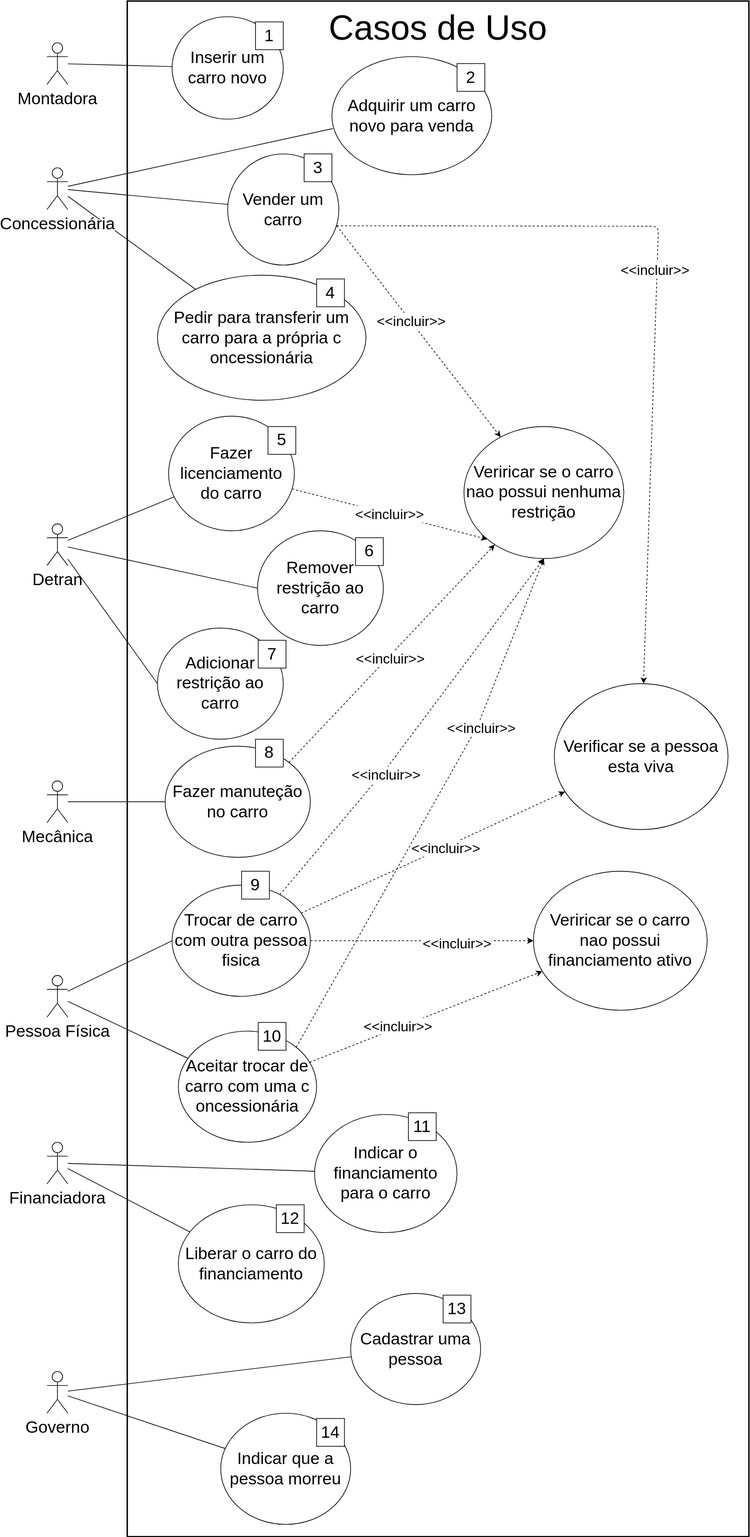
yurihartmann/car_lifes_cycle_hyperledger_fabric keeps this draw.io diagram as docs/diagrams/uml/use_cases.drawio.svg. Above is the earlier version. Source tidied: cells renumbered, new cells last; positions are measured from the earlier drawing's top-left corner, leaving out a move shared by most shapes.
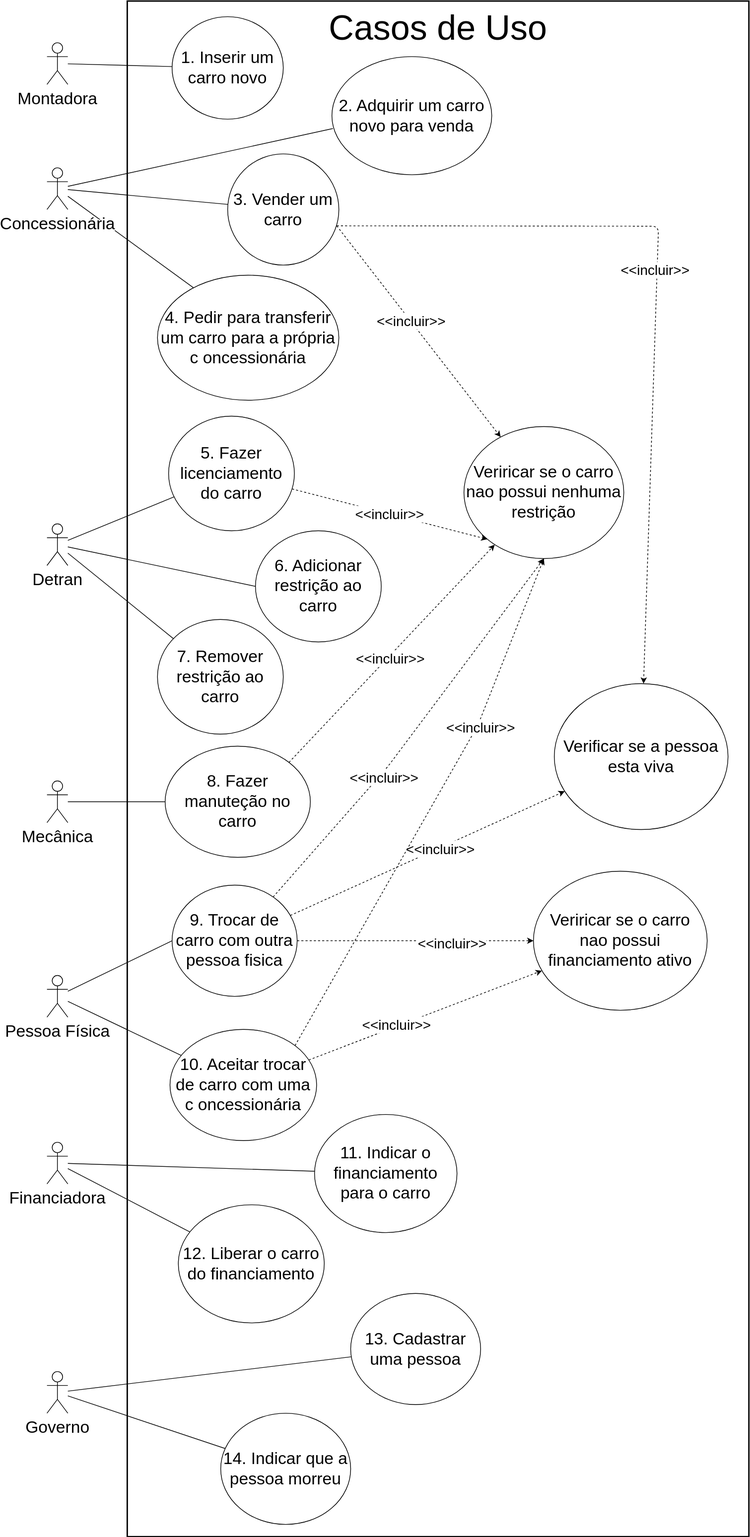
Later version of the same file.

Diff of the diagram source:
```diff
@@ -20,19 +20,19 @@
     <mxCell id="7" style="edgeStyle=none;html=1;entryX=0;entryY=0.5;entryDx=0;entryDy=0;fontSize=16;endArrow=none;endFill=0;" parent="1" edge="1" source="9" target="44">
       <mxGeometry relative="1" as="geometry" />
     </mxCell>
-    <mxCell id="8" style="edgeStyle=none;html=1;entryX=0;entryY=0.5;entryDx=0;entryDy=0;fontSize=16;endArrow=none;endFill=0;" parent="1" edge="1" source="9" target="45">
+    <mxCell id="8" style="edgeStyle=none;html=1;fontSize=16;endArrow=none;endFill=0;" parent="1" edge="1" source="9" target="45">
       <mxGeometry relative="1" as="geometry" />
     </mxCell>
     <mxCell id="9" value="&lt;font style=&quot;font-size: 24px;&quot;&gt;Detran&lt;/font&gt;" style="shape=umlActor;verticalLabelPosition=bottom;verticalAlign=top;html=1;outlineConnect=0;fontSize=16;" parent="1" vertex="1">
       <mxGeometry y="752.4" width="30" height="60" as="geometry" />
     </mxCell>
-    <mxCell id="10" value="&lt;font style=&quot;font-size: 24px;&quot;&gt;Inserir um carro novo&lt;/font&gt;" style="ellipse;whiteSpace=wrap;html=1;fontSize=16;" parent="1" vertex="1">
+    <mxCell id="10" value="&lt;font style=&quot;font-size: 24px;&quot;&gt;1. Inserir um carro novo&lt;/font&gt;" style="ellipse;whiteSpace=wrap;html=1;fontSize=16;" parent="1" vertex="1">
       <mxGeometry x="180" y="22.5" width="160" height="147.5" as="geometry" />
     </mxCell>
     <mxCell id="11" value="&lt;span style=&quot;font-size: 20px;&quot;&gt;&amp;lt;&amp;lt;incluir&amp;gt;&amp;gt;&lt;/span&gt;" style="edgeStyle=none;html=1;dashed=1;fontSize=16;entryX=0;entryY=1;entryDx=0;entryDy=0;" parent="1" edge="1" source="12" target="43">
       <mxGeometry relative="1" as="geometry" />
     </mxCell>
-    <mxCell id="12" value="&lt;font style=&quot;font-size: 24px;&quot;&gt;Fazer licenciamento do carro&lt;/font&gt;" style="ellipse;whiteSpace=wrap;html=1;fontSize=16;" parent="1" vertex="1">
+    <mxCell id="12" value="&lt;font style=&quot;font-size: 24px;&quot;&gt;5. Fazer licenciamento do carro&lt;/font&gt;" style="ellipse;whiteSpace=wrap;html=1;fontSize=16;" parent="1" vertex="1">
       <mxGeometry x="175" y="597.4" width="181" height="165" as="geometry" />
     </mxCell>
     <mxCell id="13" style="edgeStyle=none;html=1;fontSize=16;endArrow=none;endFill=0;" parent="1" edge="1" source="14" target="17">
@@ -47,7 +47,7 @@
     <mxCell id="16" value="&lt;span style=&quot;font-size: 20px;&quot;&gt;&amp;lt;&amp;lt;incluir&amp;gt;&amp;gt;&lt;/span&gt;" style="edgeLabel;html=1;align=center;verticalAlign=middle;" parent="15" vertex="1">
       <mxGeometry x="-0.03" y="-2" relative="1" as="geometry" />
     </mxCell>
-    <mxCell id="17" value="&lt;font style=&quot;font-size: 24px;&quot;&gt;Fazer manuteção no carro&lt;/font&gt;" style="ellipse;whiteSpace=wrap;html=1;fontSize=16;" parent="1" vertex="1">
+    <mxCell id="17" value="&lt;font style=&quot;font-size: 24px;&quot;&gt;8. Fazer manuteção no carro&lt;/font&gt;" style="ellipse;whiteSpace=wrap;html=1;fontSize=16;" parent="1" vertex="1">
       <mxGeometry x="170" y="1072.4" width="209" height="160" as="geometry" />
     </mxCell>
     <mxCell id="18" style="edgeStyle=none;html=1;fontSize=16;endArrow=none;endFill=0;" parent="1" edge="1" source="21" target="24">
@@ -74,10 +74,10 @@
     <mxCell id="23" value="&lt;span style=&quot;font-size: 20px;&quot;&gt;&amp;lt;&amp;lt;incluir&amp;gt;&amp;gt;&lt;/span&gt;" style="edgeLabel;html=1;align=center;verticalAlign=middle;" parent="22" vertex="1">
       <mxGeometry x="-0.06" y="-3" relative="1" as="geometry" />
     </mxCell>
-    <mxCell id="24" value="&lt;font style=&quot;font-size: 24px;&quot;&gt;Vender um carro&lt;/font&gt;" style="ellipse;whiteSpace=wrap;html=1;fontSize=16;" parent="1" vertex="1">
+    <mxCell id="24" value="&lt;font style=&quot;font-size: 24px;&quot;&gt;3. Vender um carro&lt;/font&gt;" style="ellipse;whiteSpace=wrap;html=1;fontSize=16;" parent="1" vertex="1">
       <mxGeometry x="260" y="220" width="160" height="160" as="geometry" />
     </mxCell>
-    <mxCell id="25" value="&lt;font style=&quot;font-size: 24px;&quot;&gt;Adquirir um carro novo para venda&lt;/font&gt;" style="ellipse;whiteSpace=wrap;html=1;fontSize=16;" parent="1" vertex="1">
+    <mxCell id="25" value="&lt;font style=&quot;font-size: 24px;&quot;&gt;2. Adquirir um carro novo para venda&lt;/font&gt;" style="ellipse;whiteSpace=wrap;html=1;fontSize=16;" parent="1" vertex="1">
       <mxGeometry x="410" y="80" width="230" height="170" as="geometry" />
     </mxCell>
     <mxCell id="26" style="edgeStyle=none;html=1;dashed=1;fontSize=16;exitX=0.981;exitY=0.647;exitDx=0;exitDy=0;exitPerimeter=0;" parent="1" edge="1" source="24" target="43">
@@ -121,8 +121,8 @@
     <mxCell id="36" value="&lt;span style=&quot;font-size: 20px;&quot;&gt;&amp;lt;&amp;lt;incluir&amp;gt;&amp;gt;&lt;/span&gt;" style="edgeLabel;html=1;align=center;verticalAlign=middle;" parent="35" vertex="1">
       <mxGeometry x="0.09" y="-1" relative="1" as="geometry" />
     </mxCell>
-    <mxCell id="37" value="&lt;font style=&quot;font-size: 24px;&quot;&gt;Trocar de carro com outra pessoa fisica&lt;/font&gt;" style="ellipse;whiteSpace=wrap;html=1;fontSize=16;" parent="1" vertex="1">
-      <mxGeometry x="180" y="1272.4" width="199" height="160" as="geometry" />
+    <mxCell id="37" value="&lt;font style=&quot;font-size: 24px;&quot;&gt;9. Trocar de carro com outra pessoa fisica&lt;/font&gt;" style="ellipse;whiteSpace=wrap;html=1;fontSize=16;" parent="1" vertex="1">
+      <mxGeometry x="180" y="1272.4" width="180" height="160" as="geometry" />
     </mxCell>
     <mxCell id="38" style="edgeStyle=none;html=1;dashed=1;fontSize=16;entryX=0.5;entryY=1;entryDx=0;entryDy=0;exitX=1;exitY=0;exitDx=0;exitDy=0;" parent="1" edge="1" source="42" target="43">
       <mxGeometry relative="1" as="geometry">
@@ -142,17 +142,17 @@
     <mxCell id="41" value="&lt;span style=&quot;font-size: 20px;&quot;&gt;&amp;lt;&amp;lt;incluir&amp;gt;&amp;gt;&lt;/span&gt;" style="edgeLabel;html=1;align=center;verticalAlign=middle;fontSize=16;" parent="40" vertex="1">
       <mxGeometry x="-0.24" y="3" relative="1" as="geometry" />
     </mxCell>
-    <mxCell id="42" value="&lt;font style=&quot;font-size: 24px;&quot;&gt;Aceitar trocar de carro com uma c&lt;span style=&quot;background-color: rgb(255, 255, 255);&quot;&gt;&lt;font style=&quot;font-size: 24px;&quot;&gt;oncessionária&lt;/font&gt;&lt;/span&gt;&lt;/font&gt;" style="ellipse;whiteSpace=wrap;html=1;fontSize=16;" parent="1" vertex="1">
-      <mxGeometry x="189" y="1482.4" width="199" height="160" as="geometry" />
+    <mxCell id="42" value="&lt;font style=&quot;font-size: 24px;&quot;&gt;10. Aceitar trocar de carro com uma c&lt;span style=&quot;background-color: rgb(255, 255, 255);&quot;&gt;&lt;font style=&quot;font-size: 24px;&quot;&gt;oncessionária&lt;/font&gt;&lt;/span&gt;&lt;/font&gt;" style="ellipse;whiteSpace=wrap;html=1;fontSize=16;" parent="1" vertex="1">
+      <mxGeometry x="177" y="1480" width="211" height="160" as="geometry" />
     </mxCell>
     <mxCell id="43" value="&lt;font style=&quot;font-size: 24px;&quot;&gt;Veriricar se o carro nao possui nenhuma restrição&lt;/font&gt;" style="ellipse;whiteSpace=wrap;html=1;fontSize=16;" parent="1" vertex="1">
       <mxGeometry x="600" y="612.4" width="230" height="190" as="geometry" />
     </mxCell>
-    <mxCell id="44" value="&lt;font style=&quot;font-size: 24px;&quot;&gt;Adicionar restrição ao carro&lt;/font&gt;" style="ellipse;whiteSpace=wrap;html=1;fontSize=16;" parent="1" vertex="1">
-      <mxGeometry x="159" y="902.4" width="181" height="160" as="geometry" />
+    <mxCell id="44" value="&lt;font style=&quot;font-size: 24px;&quot;&gt;6. Adicionar restrição ao carro&lt;/font&gt;" style="ellipse;whiteSpace=wrap;html=1;fontSize=16;" parent="1" vertex="1">
+      <mxGeometry x="300" y="762.4" width="181" height="160" as="geometry" />
     </mxCell>
-    <mxCell id="45" value="&lt;font style=&quot;font-size: 24px;&quot;&gt;Remover restrição ao carro&lt;/font&gt;" style="ellipse;whiteSpace=wrap;html=1;fontSize=16;" parent="1" vertex="1">
-      <mxGeometry x="303" y="762.4" width="181" height="165" as="geometry" />
+    <mxCell id="45" value="&lt;font style=&quot;font-size: 24px;&quot;&gt;7. Remover restrição ao carro&lt;/font&gt;" style="ellipse;whiteSpace=wrap;html=1;fontSize=16;" parent="1" vertex="1">
+      <mxGeometry x="159" y="890" width="181" height="165" as="geometry" />
     </mxCell>
     <mxCell id="46" value="&lt;font style=&quot;font-size: 24px;&quot;&gt;Veriricar se o carro nao possui financiamento ativo&lt;/font&gt;" style="ellipse;whiteSpace=wrap;html=1;fontSize=16;" parent="1" vertex="1">
       <mxGeometry x="700" y="1252.4" width="250" height="200" as="geometry" />
@@ -166,10 +166,10 @@
     <mxCell id="49" value="&lt;font style=&quot;font-size: 24px;&quot;&gt;Financiadora&lt;/font&gt;" style="shape=umlActor;verticalLabelPosition=bottom;verticalAlign=top;html=1;outlineConnect=0;fontSize=16;" parent="1" vertex="1">
       <mxGeometry y="1642.4" width="30" height="60" as="geometry" />
     </mxCell>
-    <mxCell id="50" value="&lt;font style=&quot;font-size: 24px;&quot;&gt;Indicar o financiamento para o carro&lt;/font&gt;" style="ellipse;whiteSpace=wrap;html=1;fontSize=16;" parent="1" vertex="1">
+    <mxCell id="50" value="&lt;font style=&quot;font-size: 24px;&quot;&gt;11. Indicar o financiamento para o carro&lt;/font&gt;" style="ellipse;whiteSpace=wrap;html=1;fontSize=16;" parent="1" vertex="1">
       <mxGeometry x="385" y="1602.4" width="205" height="170" as="geometry" />
     </mxCell>
-    <mxCell id="51" value="&lt;font style=&quot;font-size: 24px;&quot;&gt;Liberar o carro do financiamento&lt;/font&gt;" style="ellipse;whiteSpace=wrap;html=1;fontSize=16;" parent="1" vertex="1">
+    <mxCell id="51" value="&lt;font style=&quot;font-size: 24px;&quot;&gt;12. Liberar o carro do financiamento&lt;/font&gt;" style="ellipse;whiteSpace=wrap;html=1;fontSize=16;" parent="1" vertex="1">
       <mxGeometry x="189" y="1732.4" width="210" height="170" as="geometry" />
     </mxCell>
     <mxCell id="52" style="edgeStyle=none;html=1;endArrow=none;endFill=0;" parent="1" edge="1" source="54" target="55">
@@ -181,59 +181,17 @@
     <mxCell id="54" value="&lt;font style=&quot;font-size: 24px;&quot;&gt;Governo&lt;/font&gt;" style="shape=umlActor;verticalLabelPosition=bottom;verticalAlign=top;html=1;outlineConnect=0;fontSize=16;" parent="1" vertex="1">
       <mxGeometry y="1972.4" width="30" height="60" as="geometry" />
     </mxCell>
-    <mxCell id="55" value="&lt;font style=&quot;font-size: 24px;&quot;&gt;Cadastrar uma pessoa&lt;/font&gt;" style="ellipse;whiteSpace=wrap;html=1;fontSize=16;" parent="1" vertex="1">
+    <mxCell id="55" value="&lt;font style=&quot;font-size: 24px;&quot;&gt;13. Cadastrar uma pessoa&lt;/font&gt;" style="ellipse;whiteSpace=wrap;html=1;fontSize=16;" parent="1" vertex="1">
       <mxGeometry x="437" y="1860" width="187" height="160" as="geometry" />
     </mxCell>
     <mxCell id="56" value="&lt;font style=&quot;font-size: 24px;&quot;&gt;Verificar se a pessoa esta viva&lt;/font&gt;" style="ellipse;whiteSpace=wrap;html=1;fontSize=16;" parent="1" vertex="1">
       <mxGeometry x="730" y="982.4" width="250" height="210" as="geometry" />
     </mxCell>
-    <mxCell id="57" value="&lt;font style=&quot;font-size: 24px;&quot;&gt;Pedir para transferir um carro para a própria c&lt;/font&gt;&lt;span style=&quot;font-size: 24px; background-color: rgb(255, 255, 255);&quot;&gt;oncessionária&lt;/span&gt;" style="ellipse;whiteSpace=wrap;html=1;fontSize=16;" parent="1" vertex="1">
-      <mxGeometry x="159" y="394.5" width="300" height="180" as="geometry" />
+    <mxCell id="57" value="&lt;font style=&quot;font-size: 24px;&quot;&gt;4. Pedir para transferir um carro para a própria c&lt;/font&gt;&lt;span style=&quot;font-size: 24px; background-color: rgb(255, 255, 255);&quot;&gt;oncessionária&lt;/span&gt;" style="ellipse;whiteSpace=wrap;html=1;fontSize=16;" parent="1" vertex="1">
+      <mxGeometry x="159" y="394.5" width="261" height="180" as="geometry" />
     </mxCell>
-    <mxCell id="58" value="&lt;font style=&quot;font-size: 24px;&quot;&gt;Indicar que a pessoa morreu&lt;/font&gt;" style="ellipse;whiteSpace=wrap;html=1;fontSize=16;" parent="1" vertex="1">
+    <mxCell id="58" value="&lt;font style=&quot;font-size: 24px;&quot;&gt;14. Indicar que a pessoa morreu&lt;/font&gt;" style="ellipse;whiteSpace=wrap;html=1;fontSize=16;" parent="1" vertex="1">
       <mxGeometry x="250" y="2032.4" width="187" height="160" as="geometry" />
     </mxCell>
-    <mxCell id="59" value="&lt;font style=&quot;font-size: 24px;&quot;&gt;1&lt;/font&gt;" style="rounded=0;whiteSpace=wrap;html=1;" parent="1" vertex="1">
-      <mxGeometry x="300" y="30" width="40" height="40" as="geometry" />
-    </mxCell>
-    <mxCell id="60" value="&lt;font style=&quot;font-size: 24px;&quot;&gt;2&lt;/font&gt;" style="rounded=0;whiteSpace=wrap;html=1;" parent="1" vertex="1">
-      <mxGeometry x="590" y="90" width="40" height="40" as="geometry" />
-    </mxCell>
-    <mxCell id="61" value="&lt;font style=&quot;font-size: 24px;&quot;&gt;3&lt;/font&gt;" style="rounded=0;whiteSpace=wrap;html=1;" parent="1" vertex="1">
-      <mxGeometry x="370" y="220" width="40" height="40" as="geometry" />
-    </mxCell>
-    <mxCell id="62" value="&lt;font style=&quot;font-size: 24px;&quot;&gt;4&lt;/font&gt;" style="rounded=0;whiteSpace=wrap;html=1;" parent="1" vertex="1">
-      <mxGeometry x="388" y="400" width="40" height="40" as="geometry" />
-    </mxCell>
-    <mxCell id="63" value="&lt;font style=&quot;font-size: 24px;&quot;&gt;5&lt;/font&gt;" style="rounded=0;whiteSpace=wrap;html=1;" parent="1" vertex="1">
-      <mxGeometry x="318" y="612.4" width="40" height="40" as="geometry" />
-    </mxCell>
-    <mxCell id="64" value="&lt;font style=&quot;font-size: 24px;&quot;&gt;6&lt;/font&gt;" style="rounded=0;whiteSpace=wrap;html=1;" parent="1" vertex="1">
-      <mxGeometry x="444" y="772.4" width="40" height="40" as="geometry" />
-    </mxCell>
-    <mxCell id="65" value="&lt;font style=&quot;font-size: 24px;&quot;&gt;7&lt;/font&gt;" style="rounded=0;whiteSpace=wrap;html=1;" parent="1" vertex="1">
-      <mxGeometry x="304" y="920" width="40" height="40" as="geometry" />
-    </mxCell>
-    <mxCell id="66" value="&lt;font style=&quot;font-size: 24px;&quot;&gt;8&lt;/font&gt;" style="rounded=0;whiteSpace=wrap;html=1;" parent="1" vertex="1">
-      <mxGeometry x="300" y="1062.4" width="40" height="40" as="geometry" />
-    </mxCell>
-    <mxCell id="67" value="&lt;font style=&quot;font-size: 24px;&quot;&gt;9&lt;/font&gt;" style="rounded=0;whiteSpace=wrap;html=1;" parent="1" vertex="1">
-      <mxGeometry x="280" y="1252.4" width="40" height="40" as="geometry" />
-    </mxCell>
-    <mxCell id="68" value="&lt;font style=&quot;font-size: 24px;&quot;&gt;10&lt;/font&gt;" style="rounded=0;whiteSpace=wrap;html=1;" parent="1" vertex="1">
-      <mxGeometry x="304" y="1470" width="40" height="40" as="geometry" />
-    </mxCell>
-    <mxCell id="69" value="&lt;font style=&quot;font-size: 24px;&quot;&gt;11&lt;/font&gt;" style="rounded=0;whiteSpace=wrap;html=1;" parent="1" vertex="1">
-      <mxGeometry x="520" y="1600" width="40" height="40" as="geometry" />
-    </mxCell>
-    <mxCell id="70" value="&lt;font style=&quot;font-size: 24px;&quot;&gt;12&lt;/font&gt;" style="rounded=0;whiteSpace=wrap;html=1;" parent="1" vertex="1">
-      <mxGeometry x="330" y="1732.4" width="40" height="40" as="geometry" />
-    </mxCell>
-    <mxCell id="71" value="&lt;font style=&quot;font-size: 24px;&quot;&gt;13&lt;/font&gt;" style="rounded=0;whiteSpace=wrap;html=1;" parent="1" vertex="1">
-      <mxGeometry x="570" y="1862.4" width="40" height="40" as="geometry" />
-    </mxCell>
-    <mxCell id="72" value="&lt;font style=&quot;font-size: 24px;&quot;&gt;14&lt;/font&gt;" style="rounded=0;whiteSpace=wrap;html=1;" parent="1" vertex="1">
-      <mxGeometry x="388" y="2040" width="40" height="40" as="geometry" />
-    </mxCell>
   </root>
 </mxGraphModel>
```
